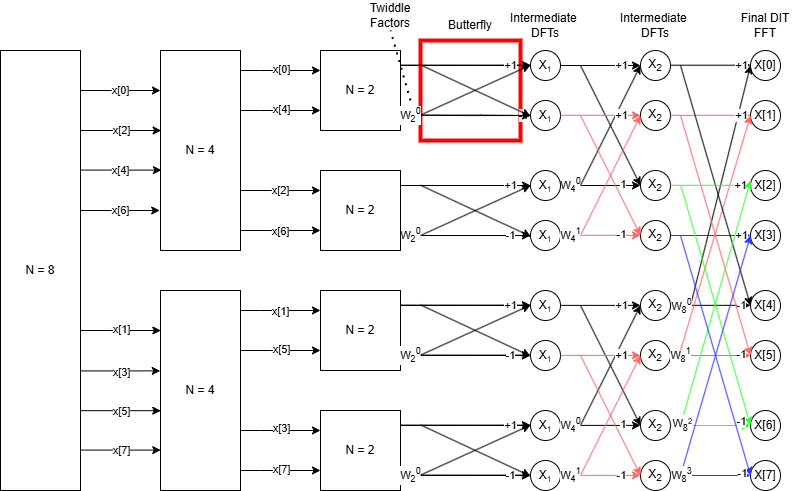
This is figures/N8_DIT_Block_Diagram.png from mauer4/ELEC421_FinalProject, a draw.io export, as it was before one commit. Source tidied: cells renumbered, new cells last; positions are measured from the earlier drawing's top-left corner, leaving out a move shared by most shapes.
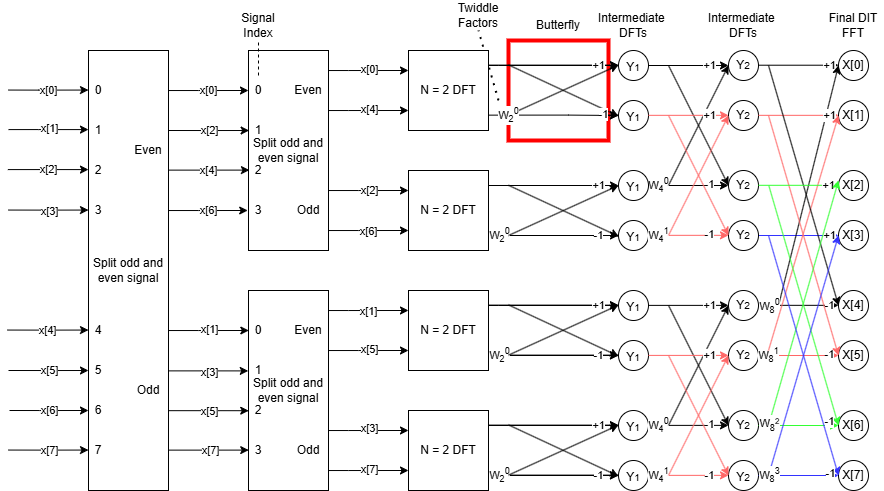
Above is the later version.

Commit message:
updated figure for block diagram with feedback from Adin

Diff of the diagram source:
```diff
@@ -7,3 +7,3 @@
     </mxCell>
-    <mxCell id="3" value="N = 8" style="rounded=0;whiteSpace=wrap;html=1;" parent="1" vertex="1">
+    <mxCell id="3" value="Split odd and even signal" style="rounded=0;whiteSpace=wrap;html=1;" parent="1" vertex="1">
       <mxGeometry y="50" width="80" height="440" as="geometry" />
@@ -54,3 +54,3 @@
     </mxCell>
-    <mxCell id="12" value="N = 4" style="rounded=0;whiteSpace=wrap;html=1;" parent="1" vertex="1">
+    <mxCell id="12" value="Split odd and even signal" style="rounded=0;whiteSpace=wrap;html=1;" parent="1" vertex="1">
       <mxGeometry x="160" y="50" width="80" height="200" as="geometry" />
@@ -101,3 +101,3 @@
     </mxCell>
-    <mxCell id="21" value="N = 4" style="rounded=0;whiteSpace=wrap;html=1;" parent="1" vertex="1">
+    <mxCell id="21" value="Split odd and even signal" style="rounded=0;whiteSpace=wrap;html=1;" parent="1" vertex="1">
       <mxGeometry x="160" y="290" width="80" height="200" as="geometry" />
@@ -120,3 +120,3 @@
     </mxCell>
-    <mxCell id="24" value="N = 2" style="rounded=0;whiteSpace=wrap;html=1;" parent="1" vertex="1">
+    <mxCell id="24" value="N = 2 DFT" style="rounded=0;whiteSpace=wrap;html=1;" parent="1" vertex="1">
       <mxGeometry x="320" y="410" width="80" height="80" as="geometry" />
@@ -139,3 +139,3 @@
     </mxCell>
-    <mxCell id="27" value="N = 2" style="rounded=0;whiteSpace=wrap;html=1;" parent="1" vertex="1">
+    <mxCell id="27" value="N = 2 DFT" style="rounded=0;whiteSpace=wrap;html=1;" parent="1" vertex="1">
       <mxGeometry x="320" y="290" width="80" height="80" as="geometry" />
@@ -150,12 +150,2 @@
     </mxCell>
-    <mxCell id="29" style="edgeStyle=orthogonalEdgeStyle;rounded=0;jettySize=auto;html=1;entryX=0;entryY=0.5;entryDx=0;entryDy=0;exitX=1.008;exitY=0.808;exitDx=0;exitDy=0;exitPerimeter=0;" parent="1" edge="1" source="30" target="56">
-      <mxGeometry relative="1" as="geometry">
-        <Array as="points">
-          <mxPoint x="480" y="115" />
-        </Array>
-      </mxGeometry>
-    </mxCell>
-    <mxCell id="30" value="N = 2" style="rounded=0;whiteSpace=wrap;html=1;" parent="1" vertex="1">
-      <mxGeometry x="320" y="50" width="80" height="80" as="geometry" />
-    </mxCell>
     <mxCell id="31" style="edgeStyle=orthogonalEdgeStyle;rounded=0;jettySize=auto;html=1;exitX=1;exitY=0.25;exitDx=0;exitDy=0;entryX=0;entryY=0.5;entryDx=0;entryDy=0;" parent="1" edge="1" source="36" target="60">
@@ -190,3 +180,3 @@
     </mxCell>
-    <mxCell id="36" value="N = 2" style="rounded=0;whiteSpace=wrap;html=1;" parent="1" vertex="1">
+    <mxCell id="36" value="N = 2 DFT" style="rounded=0;whiteSpace=wrap;html=1;" parent="1" vertex="1">
       <mxGeometry x="320" y="170" width="80" height="80" as="geometry" />
@@ -286,6 +276,6 @@
     </mxCell>
-    <mxCell id="55" value="X&lt;span style=&quot;font-size: 10px;&quot;&gt;&lt;sub&gt;1&lt;/sub&gt;&lt;/span&gt;" style="ellipse;whiteSpace=wrap;html=1;" parent="1" vertex="1">
+    <mxCell id="55" value="&lt;sub style=&quot;&quot;&gt;&lt;span style=&quot;font-size: 12px;&quot;&gt;Y&lt;/span&gt;1&lt;/sub&gt;" style="ellipse;whiteSpace=wrap;html=1;" parent="1" vertex="1">
       <mxGeometry x="530" y="50" width="30" height="30" as="geometry" />
     </mxCell>
-    <mxCell id="56" value="X&lt;span style=&quot;font-size: 10px;&quot;&gt;&lt;sub&gt;1&lt;/sub&gt;&lt;/span&gt;" style="ellipse;whiteSpace=wrap;html=1;" parent="1" vertex="1">
+    <mxCell id="56" value="&lt;sub style=&quot;&quot;&gt;&lt;span style=&quot;font-size: 12px;&quot;&gt;Y&lt;/span&gt;1&lt;/sub&gt;" style="ellipse;whiteSpace=wrap;html=1;" parent="1" vertex="1">
       <mxGeometry x="530" y="100" width="30" height="30" as="geometry" />
@@ -305,18 +295,18 @@
     </mxCell>
-    <mxCell id="60" value="X&lt;span style=&quot;font-size: 10px;&quot;&gt;&lt;sub&gt;1&lt;/sub&gt;&lt;/span&gt;" style="ellipse;whiteSpace=wrap;html=1;" parent="1" vertex="1">
+    <mxCell id="60" value="&lt;sub style=&quot;&quot;&gt;&lt;span style=&quot;font-size: 12px;&quot;&gt;Y&lt;/span&gt;1&lt;/sub&gt;" style="ellipse;whiteSpace=wrap;html=1;" parent="1" vertex="1">
       <mxGeometry x="530" y="170" width="30" height="30" as="geometry" />
     </mxCell>
-    <mxCell id="61" value="X&lt;span style=&quot;font-size: 10px;&quot;&gt;&lt;sub&gt;1&lt;/sub&gt;&lt;/span&gt;" style="ellipse;whiteSpace=wrap;html=1;" parent="1" vertex="1">
+    <mxCell id="61" value="&lt;sub style=&quot;&quot;&gt;&lt;span style=&quot;font-size: 12px;&quot;&gt;Y&lt;/span&gt;1&lt;/sub&gt;" style="ellipse;whiteSpace=wrap;html=1;" parent="1" vertex="1">
       <mxGeometry x="530" y="220" width="30" height="30" as="geometry" />
     </mxCell>
-    <mxCell id="62" value="X&lt;span style=&quot;font-size: 10px;&quot;&gt;&lt;sub&gt;1&lt;/sub&gt;&lt;/span&gt;" style="ellipse;whiteSpace=wrap;html=1;" parent="1" vertex="1">
+    <mxCell id="62" value="&lt;sub style=&quot;&quot;&gt;&lt;span style=&quot;font-size: 12px;&quot;&gt;Y&lt;/span&gt;1&lt;/sub&gt;" style="ellipse;whiteSpace=wrap;html=1;" parent="1" vertex="1">
       <mxGeometry x="530" y="290" width="30" height="30" as="geometry" />
     </mxCell>
-    <mxCell id="63" value="X&lt;span style=&quot;font-size: 10px;&quot;&gt;&lt;sub&gt;1&lt;/sub&gt;&lt;/span&gt;" style="ellipse;whiteSpace=wrap;html=1;" parent="1" vertex="1">
+    <mxCell id="63" value="&lt;sub style=&quot;&quot;&gt;&lt;span style=&quot;font-size: 12px;&quot;&gt;Y&lt;/span&gt;1&lt;/sub&gt;" style="ellipse;whiteSpace=wrap;html=1;" parent="1" vertex="1">
       <mxGeometry x="530" y="340" width="30" height="30" as="geometry" />
     </mxCell>
-    <mxCell id="64" value="X&lt;span style=&quot;font-size: 10px;&quot;&gt;&lt;sub&gt;1&lt;/sub&gt;&lt;/span&gt;" style="ellipse;whiteSpace=wrap;html=1;" parent="1" vertex="1">
+    <mxCell id="64" value="&lt;sub style=&quot;&quot;&gt;&lt;span style=&quot;font-size: 12px;&quot;&gt;Y&lt;/span&gt;1&lt;/sub&gt;" style="ellipse;whiteSpace=wrap;html=1;" parent="1" vertex="1">
       <mxGeometry x="530" y="410" width="30" height="30" as="geometry" />
     </mxCell>
-    <mxCell id="65" value="X&lt;span style=&quot;font-size: 10px;&quot;&gt;&lt;sub&gt;1&lt;/sub&gt;&lt;/span&gt;" style="ellipse;whiteSpace=wrap;html=1;" parent="1" vertex="1">
+    <mxCell id="65" value="&lt;sub style=&quot;&quot;&gt;&lt;span style=&quot;font-size: 12px;&quot;&gt;Y&lt;/span&gt;1&lt;/sub&gt;" style="ellipse;whiteSpace=wrap;html=1;" parent="1" vertex="1">
       <mxGeometry x="530" y="460" width="30" height="30" as="geometry" />
@@ -356,7 +346,2 @@
     </mxCell>
-    <mxCell id="71" value="-1" style="edgeLabel;html=1;align=center;verticalAlign=middle;" parent="70" vertex="1">
-      <mxGeometry x="0.79" relative="1" as="geometry">
-        <mxPoint x="-7" as="offset" />
-      </mxGeometry>
-    </mxCell>
     <mxCell id="72" style="endArrow=classic;html=1;rounded=0;entryX=0;entryY=0.5;entryDx=0;entryDy=0;" parent="1" edge="1">
@@ -367,8 +352,2 @@
     </mxCell>
-    <mxCell id="73" style="endArrow=classic;html=1;rounded=0;entryX=0.015;entryY=0.533;entryDx=0;entryDy=0;entryPerimeter=0;" parent="1" edge="1">
-      <mxGeometry relative="1" as="geometry">
-        <mxPoint x="420" y="64.4" as="sourcePoint" />
-        <mxPoint x="530" y="115.6" as="targetPoint" />
-      </mxGeometry>
-    </mxCell>
     <mxCell id="74" style="edgeStyle=orthogonalEdgeStyle;rounded=0;orthogonalLoop=1;jettySize=auto;html=1;exitX=1;exitY=0.25;exitDx=0;exitDy=0;entryX=0;entryY=0.5;entryDx=0;entryDy=0;" parent="1" edge="1">
@@ -465,6 +444,6 @@
     </mxCell>
-    <mxCell id="88" value="X&lt;sub&gt;2&lt;/sub&gt;" style="ellipse;whiteSpace=wrap;html=1;" parent="1" vertex="1">
+    <mxCell id="88" value="Y&lt;span style=&quot;font-size: 10px;&quot;&gt;2&lt;/span&gt;" style="ellipse;whiteSpace=wrap;html=1;" parent="1" vertex="1">
       <mxGeometry x="640" y="50" width="30" height="30" as="geometry" />
     </mxCell>
-    <mxCell id="89" value="X&lt;sub&gt;2&lt;/sub&gt;" style="ellipse;whiteSpace=wrap;html=1;" parent="1" vertex="1">
+    <mxCell id="89" value="Y&lt;span style=&quot;font-size: 10px;&quot;&gt;2&lt;/span&gt;" style="ellipse;whiteSpace=wrap;html=1;" parent="1" vertex="1">
       <mxGeometry x="640" y="170" width="30" height="30" as="geometry" />
@@ -479,6 +458,6 @@
     </mxCell>
-    <mxCell id="92" value="X&lt;sub&gt;2&lt;/sub&gt;" style="ellipse;whiteSpace=wrap;html=1;" parent="1" vertex="1">
+    <mxCell id="92" value="Y&lt;span style=&quot;font-size: 10px;&quot;&gt;2&lt;/span&gt;" style="ellipse;whiteSpace=wrap;html=1;" parent="1" vertex="1">
       <mxGeometry x="640" y="220" width="30" height="30" as="geometry" />
     </mxCell>
-    <mxCell id="93" value="X&lt;sub&gt;2&lt;/sub&gt;" style="ellipse;whiteSpace=wrap;html=1;" parent="1" vertex="1">
+    <mxCell id="93" value="Y&lt;span style=&quot;font-size: 10px;&quot;&gt;2&lt;/span&gt;" style="ellipse;whiteSpace=wrap;html=1;" parent="1" vertex="1">
       <mxGeometry x="640" y="100" width="30" height="30" as="geometry" />
@@ -580,12 +559,12 @@
     </mxCell>
-    <mxCell id="112" value="X&lt;sub&gt;2&lt;/sub&gt;" style="ellipse;whiteSpace=wrap;html=1;" parent="1" vertex="1">
+    <mxCell id="112" value="Y&lt;span style=&quot;font-size: 10px;&quot;&gt;2&lt;/span&gt;" style="ellipse;whiteSpace=wrap;html=1;" parent="1" vertex="1">
       <mxGeometry x="640" y="290" width="30" height="30" as="geometry" />
     </mxCell>
-    <mxCell id="113" value="X&lt;sub&gt;2&lt;/sub&gt;" style="ellipse;whiteSpace=wrap;html=1;" parent="1" vertex="1">
+    <mxCell id="113" value="Y&lt;span style=&quot;font-size: 10px;&quot;&gt;2&lt;/span&gt;" style="ellipse;whiteSpace=wrap;html=1;" parent="1" vertex="1">
       <mxGeometry x="640" y="410" width="30" height="30" as="geometry" />
     </mxCell>
-    <mxCell id="114" value="X&lt;sub&gt;2&lt;/sub&gt;" style="ellipse;whiteSpace=wrap;html=1;" parent="1" vertex="1">
+    <mxCell id="114" value="Y&lt;span style=&quot;font-size: 10px;&quot;&gt;2&lt;/span&gt;" style="ellipse;whiteSpace=wrap;html=1;" parent="1" vertex="1">
       <mxGeometry x="640" y="340" width="30" height="30" as="geometry" />
     </mxCell>
-    <mxCell id="115" value="X&lt;sub&gt;2&lt;/sub&gt;" style="ellipse;whiteSpace=wrap;html=1;" parent="1" vertex="1">
+    <mxCell id="115" value="&lt;sub&gt;&lt;span style=&quot;font-size: 12px;&quot;&gt;Y&lt;/span&gt;2&lt;/sub&gt;" style="ellipse;whiteSpace=wrap;html=1;" parent="1" vertex="1">
       <mxGeometry x="640" y="460" width="30" height="30" as="geometry" />
@@ -779,12 +758,2 @@
     </mxCell>
-    <mxCell id="158" style="edgeStyle=orthogonalEdgeStyle;rounded=0;jettySize=auto;html=1;entryX=0;entryY=0.5;entryDx=0;entryDy=0;" parent="1" edge="1" target="56">
-      <mxGeometry relative="1" as="geometry">
-        <mxPoint x="400" y="114.6" as="sourcePoint" />
-      </mxGeometry>
-    </mxCell>
-    <mxCell id="159" value="W&lt;sub&gt;2&lt;/sub&gt;&lt;sup&gt;0&lt;/sup&gt;" style="edgeLabel;html=1;align=center;verticalAlign=middle;" parent="158" vertex="1">
-      <mxGeometry x="-0.91" relative="1" as="geometry">
-        <mxPoint x="4" as="offset" />
-      </mxGeometry>
-    </mxCell>
     <mxCell id="160" value="Butterfly" style="text;html=1;align=center;verticalAlign=middle;whiteSpace=wrap;rounded=0;" parent="1" vertex="1">
@@ -800,2 +769,197 @@
     </mxCell>
+    <mxCell id="163" value="0" style="text;html=1;align=center;verticalAlign=middle;whiteSpace=wrap;rounded=0;" parent="1" vertex="1">
+      <mxGeometry x="140" y="75" width="60" height="30" as="geometry" />
+    </mxCell>
+    <mxCell id="164" value="1" style="text;html=1;align=center;verticalAlign=middle;whiteSpace=wrap;rounded=0;" parent="1" vertex="1">
+      <mxGeometry x="140" y="115" width="60" height="30" as="geometry" />
+    </mxCell>
+    <mxCell id="165" value="2" style="text;html=1;align=center;verticalAlign=middle;whiteSpace=wrap;rounded=0;" parent="1" vertex="1">
+      <mxGeometry x="140" y="155" width="60" height="30" as="geometry" />
+    </mxCell>
+    <mxCell id="166" value="3" style="text;html=1;align=center;verticalAlign=middle;whiteSpace=wrap;rounded=0;" parent="1" vertex="1">
+      <mxGeometry x="140" y="195" width="60" height="30" as="geometry" />
+    </mxCell>
+    <mxCell id="167" style="edgeStyle=orthogonalEdgeStyle;rounded=0;orthogonalLoop=1;jettySize=auto;html=1;entryX=0;entryY=0.2;entryDx=0;entryDy=0;entryPerimeter=0;" parent="1" edge="1">
+      <mxGeometry relative="1" as="geometry">
+        <mxPoint x="-80" y="89.6" as="sourcePoint" />
+        <mxPoint y="89.6" as="targetPoint" />
+        <Array as="points">
+          <mxPoint x="-50" y="89.6" />
+          <mxPoint x="-50" y="89.6" />
+        </Array>
+      </mxGeometry>
+    </mxCell>
+    <mxCell id="168" value="x[0]" style="edgeLabel;html=1;align=center;verticalAlign=middle;" parent="167" vertex="1">
+      <mxGeometry x="0.01" relative="1" as="geometry" />
+    </mxCell>
+    <mxCell id="169" style="edgeStyle=orthogonalEdgeStyle;rounded=0;orthogonalLoop=1;jettySize=auto;html=1;entryX=0.008;entryY=0.392;entryDx=0;entryDy=0;entryPerimeter=0;" parent="1" edge="1">
+      <mxGeometry relative="1" as="geometry">
+        <mxPoint x="-80.6" y="169.1" as="sourcePoint" />
+        <mxPoint y="169.1" as="targetPoint" />
+        <Array as="points">
+          <mxPoint x="-40.6" y="168.7" />
+        </Array>
+      </mxGeometry>
+    </mxCell>
+    <mxCell id="170" value="x[2]" style="edgeLabel;html=1;align=center;verticalAlign=middle;" parent="169" vertex="1">
+      <mxGeometry x="0.01" relative="1" as="geometry" />
+    </mxCell>
+    <mxCell id="171" style="edgeStyle=orthogonalEdgeStyle;rounded=0;orthogonalLoop=1;jettySize=auto;html=1;entryX=0.004;entryY=0.2;entryDx=0;entryDy=0;entryPerimeter=0;" parent="1" edge="1">
+      <mxGeometry relative="1" as="geometry">
+        <mxPoint x="-80" y="129.1" as="sourcePoint" />
+        <mxPoint y="129.1" as="targetPoint" />
+        <Array as="points">
+          <mxPoint x="-50" y="129.1" />
+          <mxPoint x="-50" y="129.1" />
+        </Array>
+      </mxGeometry>
+    </mxCell>
+    <mxCell id="172" value="x[1]" style="edgeLabel;html=1;align=center;verticalAlign=middle;" parent="171" vertex="1">
+      <mxGeometry x="0.01" y="1" relative="1" as="geometry" />
+    </mxCell>
+    <mxCell id="173" style="edgeStyle=orthogonalEdgeStyle;rounded=0;orthogonalLoop=1;jettySize=auto;html=1;entryX=-0.003;entryY=0.402;entryDx=0;entryDy=0;entryPerimeter=0;" parent="1" edge="1">
+      <mxGeometry relative="1" as="geometry">
+        <mxPoint x="-80" y="209.6" as="sourcePoint" />
+        <mxPoint y="209.6" as="targetPoint" />
+        <Array as="points">
+          <mxPoint x="-40" y="209.6" />
+        </Array>
+      </mxGeometry>
+    </mxCell>
+    <mxCell id="174" value="x[3]" style="edgeLabel;html=1;align=center;verticalAlign=middle;" parent="173" vertex="1">
+      <mxGeometry x="0.02" y="-1" relative="1" as="geometry" />
+    </mxCell>
+    <mxCell id="175" style="edgeStyle=orthogonalEdgeStyle;rounded=0;orthogonalLoop=1;jettySize=auto;html=1;entryX=0.012;entryY=0.598;entryDx=0;entryDy=0;entryPerimeter=0;" parent="1" edge="1">
+      <mxGeometry relative="1" as="geometry">
+        <mxPoint x="-81" y="329.6" as="sourcePoint" />
+        <mxPoint y="329.6" as="targetPoint" />
+        <Array as="points">
+          <mxPoint x="-41" y="329.6" />
+        </Array>
+      </mxGeometry>
+    </mxCell>
+    <mxCell id="176" value="x[4]" style="edgeLabel;html=1;align=center;verticalAlign=middle;" parent="175" vertex="1">
+      <mxGeometry x="-0.01" relative="1" as="geometry" />
+    </mxCell>
+    <mxCell id="177" style="edgeStyle=orthogonalEdgeStyle;rounded=0;orthogonalLoop=1;jettySize=auto;html=1;entryX=0.003;entryY=0.601;entryDx=0;entryDy=0;entryPerimeter=0;" parent="1" edge="1">
+      <mxGeometry relative="1" as="geometry">
+        <mxPoint x="-80" y="370" as="sourcePoint" />
+        <mxPoint y="370" as="targetPoint" />
+        <Array as="points">
+          <mxPoint x="-40" y="370" />
+        </Array>
+      </mxGeometry>
+    </mxCell>
+    <mxCell id="178" value="x[5]" style="edgeLabel;html=1;align=center;verticalAlign=middle;" parent="177" vertex="1">
+      <mxGeometry x="0.01" relative="1" as="geometry" />
+    </mxCell>
+    <mxCell id="179" style="edgeStyle=orthogonalEdgeStyle;rounded=0;orthogonalLoop=1;jettySize=auto;html=1;entryX=-0.01;entryY=0.8;entryDx=0;entryDy=0;entryPerimeter=0;" parent="1" edge="1">
+      <mxGeometry relative="1" as="geometry">
+        <mxPoint x="-79" y="410" as="sourcePoint" />
+        <mxPoint y="410" as="targetPoint" />
+        <Array as="points">
+          <mxPoint x="-49" y="410" />
+          <mxPoint x="-49" y="410" />
+        </Array>
+      </mxGeometry>
+    </mxCell>
+    <mxCell id="180" value="x[6]" style="edgeLabel;html=1;align=center;verticalAlign=middle;" parent="179" vertex="1">
+      <mxGeometry x="0.01" relative="1" as="geometry" />
+    </mxCell>
+    <mxCell id="181" style="edgeStyle=orthogonalEdgeStyle;rounded=0;orthogonalLoop=1;jettySize=auto;html=1;entryX=0.003;entryY=0.798;entryDx=0;entryDy=0;entryPerimeter=0;" parent="1" edge="1">
+      <mxGeometry relative="1" as="geometry">
+        <mxPoint x="-80" y="449.5" as="sourcePoint" />
+        <mxPoint y="449.5" as="targetPoint" />
+        <Array as="points">
+          <mxPoint x="-40" y="449.5" />
+        </Array>
+      </mxGeometry>
+    </mxCell>
+    <mxCell id="182" value="x[7]" style="edgeLabel;html=1;align=center;verticalAlign=middle;" parent="181" vertex="1">
+      <mxGeometry x="0.02" relative="1" as="geometry" />
+    </mxCell>
+    <mxCell id="183" value="0" style="text;html=1;align=center;verticalAlign=middle;whiteSpace=wrap;rounded=0;" parent="1" vertex="1">
+      <mxGeometry x="140" y="315" width="60" height="30" as="geometry" />
+    </mxCell>
+    <mxCell id="184" value="1" style="text;html=1;align=center;verticalAlign=middle;whiteSpace=wrap;rounded=0;" parent="1" vertex="1">
+      <mxGeometry x="140" y="355" width="60" height="30" as="geometry" />
+    </mxCell>
+    <mxCell id="185" value="2" style="text;html=1;align=center;verticalAlign=middle;whiteSpace=wrap;rounded=0;" parent="1" vertex="1">
+      <mxGeometry x="140" y="395" width="60" height="30" as="geometry" />
+    </mxCell>
+    <mxCell id="186" value="3" style="text;html=1;align=center;verticalAlign=middle;whiteSpace=wrap;rounded=0;" parent="1" vertex="1">
+      <mxGeometry x="140" y="435" width="60" height="30" as="geometry" />
+    </mxCell>
+    <mxCell id="187" value="3" style="text;html=1;align=center;verticalAlign=middle;whiteSpace=wrap;rounded=0;" parent="1" vertex="1">
+      <mxGeometry x="-20" y="195" width="60" height="30" as="geometry" />
+    </mxCell>
+    <mxCell id="188" value="2" style="text;html=1;align=center;verticalAlign=middle;whiteSpace=wrap;rounded=0;" parent="1" vertex="1">
+      <mxGeometry x="-20" y="155" width="60" height="30" as="geometry" />
+    </mxCell>
+    <mxCell id="189" value="1" style="text;html=1;align=center;verticalAlign=middle;whiteSpace=wrap;rounded=0;" parent="1" vertex="1">
+      <mxGeometry x="-20" y="115" width="60" height="30" as="geometry" />
+    </mxCell>
+    <mxCell id="190" value="0" style="text;html=1;align=center;verticalAlign=middle;whiteSpace=wrap;rounded=0;" parent="1" vertex="1">
+      <mxGeometry x="-20" y="75" width="60" height="30" as="geometry" />
+    </mxCell>
+    <mxCell id="191" value="4" style="text;html=1;align=center;verticalAlign=middle;whiteSpace=wrap;rounded=0;" parent="1" vertex="1">
+      <mxGeometry x="-20" y="315" width="60" height="30" as="geometry" />
+    </mxCell>
+    <mxCell id="192" value="6" style="text;html=1;align=center;verticalAlign=middle;whiteSpace=wrap;rounded=0;" parent="1" vertex="1">
+      <mxGeometry x="-20" y="395" width="60" height="30" as="geometry" />
+    </mxCell>
+    <mxCell id="193" value="7" style="text;html=1;align=center;verticalAlign=middle;whiteSpace=wrap;rounded=0;" parent="1" vertex="1">
+      <mxGeometry x="-20" y="435" width="60" height="30" as="geometry" />
+    </mxCell>
+    <mxCell id="194" value="5" style="text;html=1;align=center;verticalAlign=middle;whiteSpace=wrap;rounded=0;" parent="1" vertex="1">
+      <mxGeometry x="-20" y="355" width="60" height="30" as="geometry" />
+    </mxCell>
+    <mxCell id="195" value="Even" style="text;html=1;align=center;verticalAlign=middle;whiteSpace=wrap;rounded=0;" parent="1" vertex="1">
+      <mxGeometry x="30" y="135" width="60" height="30" as="geometry" />
+    </mxCell>
+    <mxCell id="196" value="Odd" style="text;html=1;align=center;verticalAlign=middle;whiteSpace=wrap;rounded=0;" parent="1" vertex="1">
+      <mxGeometry x="30" y="375" width="60" height="30" as="geometry" />
+    </mxCell>
+    <mxCell id="197" value="Even" style="text;html=1;align=center;verticalAlign=middle;whiteSpace=wrap;rounded=0;" parent="1" vertex="1">
+      <mxGeometry x="190" y="75" width="60" height="30" as="geometry" />
+    </mxCell>
+    <mxCell id="198" value="Odd" style="text;html=1;align=center;verticalAlign=middle;whiteSpace=wrap;rounded=0;" parent="1" vertex="1">
+      <mxGeometry x="190" y="435" width="60" height="30" as="geometry" />
+    </mxCell>
+    <mxCell id="199" value="Even" style="text;html=1;align=center;verticalAlign=middle;whiteSpace=wrap;rounded=0;" parent="1" vertex="1">
+      <mxGeometry x="190" y="315" width="60" height="30" as="geometry" />
+    </mxCell>
+    <mxCell id="200" value="Odd" style="text;html=1;align=center;verticalAlign=middle;whiteSpace=wrap;rounded=0;" parent="1" vertex="1">
+      <mxGeometry x="190" y="195" width="60" height="30" as="geometry" />
+    </mxCell>
+    <mxCell id="201" value="Signal Index" style="text;html=1;align=center;verticalAlign=middle;whiteSpace=wrap;rounded=0;" parent="1" vertex="1">
+      <mxGeometry x="140" y="10" width="60" height="30" as="geometry" />
+    </mxCell>
+    <mxCell id="202" style="endArrow=none;dashed=1;html=1;rounded=0;entryX=0.5;entryY=1;entryDx=0;entryDy=0;" parent="1" edge="1" source="163" target="201">
+      <mxGeometry relative="1" as="geometry" />
+    </mxCell>
+    <mxCell id="73" style="endArrow=classic;html=1;rounded=0;entryX=0.015;entryY=0.533;entryDx=0;entryDy=0;entryPerimeter=0;" parent="1" edge="1">
+      <mxGeometry relative="1" as="geometry">
+        <mxPoint x="420" y="64.4" as="sourcePoint" />
+        <mxPoint x="530" y="115.6" as="targetPoint" />
+      </mxGeometry>
+    </mxCell>
+    <mxCell id="29" style="edgeStyle=orthogonalEdgeStyle;rounded=0;jettySize=auto;html=1;entryX=0;entryY=0.5;entryDx=0;entryDy=0;exitX=1.008;exitY=0.808;exitDx=0;exitDy=0;exitPerimeter=0;" parent="1" edge="1" source="30" target="56">
+      <mxGeometry relative="1" as="geometry">
+        <Array as="points">
+          <mxPoint x="480" y="115" />
+        </Array>
+      </mxGeometry>
+    </mxCell>
+    <mxCell id="159" value="W&lt;sub&gt;2&lt;/sub&gt;&lt;sup&gt;0&lt;/sup&gt;" style="edgeLabel;html=1;align=center;verticalAlign=middle;" parent="29" vertex="1">
+      <mxGeometry x="-0.87" relative="1" as="geometry">
+        <mxPoint x="11" as="offset" />
+      </mxGeometry>
+    </mxCell>
+    <mxCell id="71" value="-1" style="edgeLabel;html=1;align=center;verticalAlign=middle;" parent="29" vertex="1">
+      <mxGeometry x="0.76" y="1" relative="1" as="geometry" />
+    </mxCell>
+    <mxCell id="30" value="N = 2 DFT" style="rounded=0;whiteSpace=wrap;html=1;" parent="1" vertex="1">
+      <mxGeometry x="320" y="50" width="80" height="80" as="geometry" />
+    </mxCell>
   </root>
```
